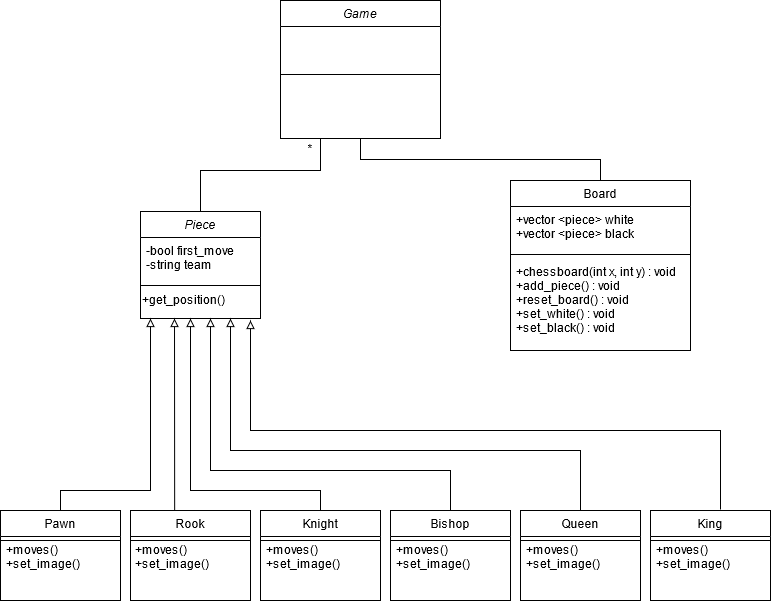
Knackie/chess keeps this draw.io diagram as images/diagramme.png. Above is the earlier version. Source tidied: cells renumbered, new cells last; positions are measured from the earlier drawing's top-left corner, leaving out a move shared by most shapes.
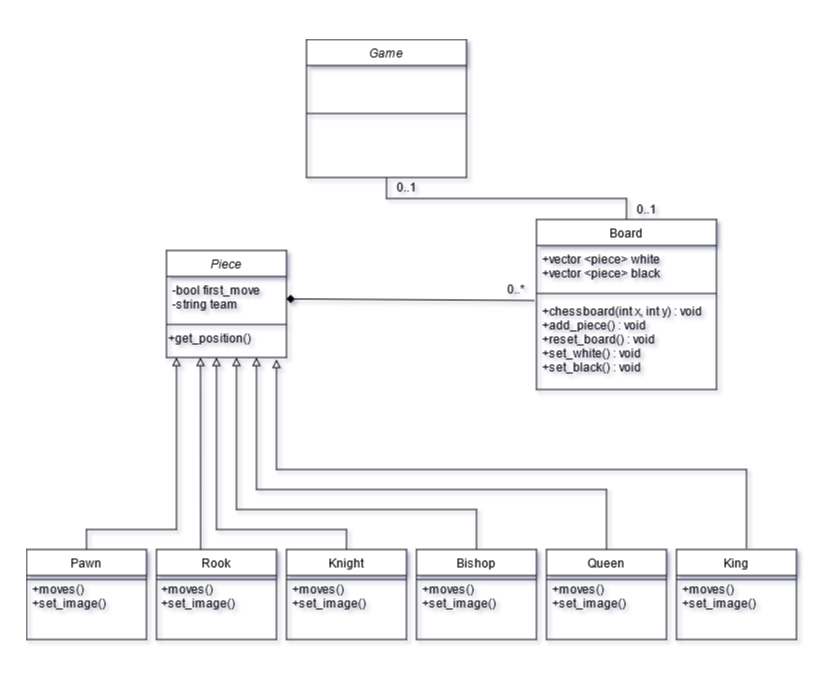
The same diagram one commit later.

Commit message:
begin of board class

Diff of the diagram source:
```diff
@@ -1,4 +1,4 @@
-<mxGraphModel>
+<mxGraphModel shadow="1">
   <root>
     <mxCell id="0" />
     <mxCell id="1" parent="0" />
@@ -68,12 +68,6 @@
     <mxCell id="23" style="line;html=1;strokeWidth=1;align=left;verticalAlign=middle;spacingTop=-1;spacingLeft=3;spacingRight=3;labelPosition=right;" parent="22" vertex="1">
       <mxGeometry y="26" width="120" height="8" as="geometry" />
     </mxCell>
-    <mxCell id="24" value="Rook" style="swimlane;fontStyle=0;align=center;verticalAlign=top;horizontal=1;startSize=26;rounded=0;shadow=0;strokeWidth=1;" parent="1" vertex="1">
-      <mxGeometry x="130" y="510" width="120" height="90" as="geometry" />
-    </mxCell>
-    <mxCell id="25" style="line;html=1;strokeWidth=1;align=left;verticalAlign=middle;spacingTop=-1;spacingLeft=3;spacingRight=3;labelPosition=right;" parent="24" vertex="1">
-      <mxGeometry y="26" width="120" height="8" as="geometry" />
-    </mxCell>
     <mxCell id="26" value="Board" style="swimlane;fontStyle=0;align=center;verticalAlign=top;horizontal=1;startSize=26;rounded=0;shadow=0;strokeWidth=1;" parent="1" vertex="1">
       <mxGeometry x="510" y="180" width="180" height="170" as="geometry" />
     </mxCell>
@@ -98,16 +92,11 @@
     <mxCell id="33" value="+get_position() " style="text;html=1;align=left;verticalAlign=middle;" parent="30" vertex="1">
       <mxGeometry y="78" width="120" height="20" as="geometry" />
     </mxCell>
-    <mxCell id="34" style="endArrow=none;html=1;entryX=0.25;entryY=1;entryDx=0;entryDy=0;exitX=0.5;exitY=0;exitDx=0;exitDy=0;rounded=0;" parent="1" edge="1" source="30" target="3">
-      <mxGeometry relative="1" as="geometry">
-        <Array as="points">
-          <mxPoint x="200" y="170" />
-          <mxPoint x="320" y="170" />
-        </Array>
-      </mxGeometry>
+    <mxCell id="34" style="endArrow=none;html=1;entryX=-0.011;entryY=0.037;entryDx=0;entryDy=0;rounded=0;entryPerimeter=0;startArrow=diamond;startFill=1;" parent="1" edge="1" source="31" target="29">
+      <mxGeometry relative="1" as="geometry" />
     </mxCell>
-    <mxCell id="35" value="&lt;div&gt;*&lt;/div&gt;" style="text;html=1;strokeColor=none;fillColor=none;align=center;verticalAlign=middle;whiteSpace=wrap;rounded=0;" parent="1" vertex="1">
-      <mxGeometry x="290" y="138" width="40" height="20" as="geometry" />
+    <mxCell id="35" value="0..*" style="text;html=1;strokeColor=none;fillColor=none;align=center;verticalAlign=middle;whiteSpace=wrap;rounded=0;" parent="1" vertex="1">
+      <mxGeometry x="460" y="240" width="60" height="20" as="geometry" />
     </mxCell>
     <mxCell id="36" style="endArrow=block;html=1;exitX=0.5;exitY=0;exitDx=0;exitDy=0;rounded=0;endFill=0;" parent="1" edge="1" source="20">
       <mxGeometry relative="1" as="geometry">
@@ -118,8 +107,9 @@
         </Array>
       </mxGeometry>
     </mxCell>
-    <mxCell id="37" style="endArrow=block;html=1;exitX=0.368;exitY=0;exitDx=0;exitDy=0;rounded=0;exitPerimeter=0;endFill=0;" parent="1" edge="1" source="24">
+    <mxCell id="37" style="endArrow=block;html=1;exitX=0.368;exitY=0;exitDx=0;exitDy=0;rounded=0;exitPerimeter=0;endFill=0;" parent="1" edge="1">
       <mxGeometry relative="1" as="geometry">
+        <mxPoint x="174.2" y="510" as="sourcePoint" />
         <mxPoint x="174" y="318" as="targetPoint" />
       </mxGeometry>
     </mxCell>
@@ -160,5 +150,11 @@
         </Array>
       </mxGeometry>
     </mxCell>
+    <mxCell id="42" value="0..1" style="text;html=1;align=center;verticalAlign=middle;" parent="1" vertex="1">
+      <mxGeometry x="360" y="138" width="40" height="20" as="geometry" />
+    </mxCell>
+    <mxCell id="43" value="0..1" style="text;html=1;align=center;verticalAlign=middle;" parent="1" vertex="1">
+      <mxGeometry x="600" y="160" width="40" height="20" as="geometry" />
+    </mxCell>
   </root>
 </mxGraphModel>
```
